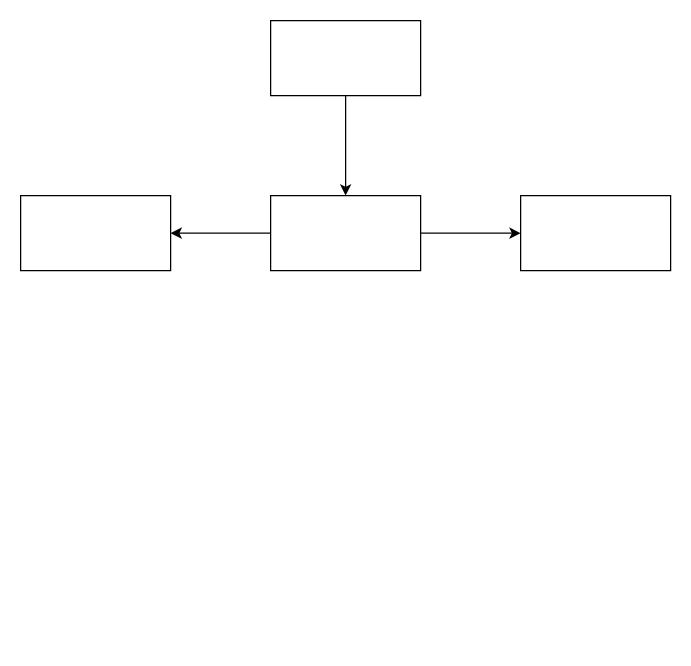
yjwidr/diagarm keeps this draw.io diagram as 云协作上传.drawio. Above is the earlier version. Source tidied: cells renumbered, new cells numbered last; positions are measured from the earlier drawing's top-left corner, leaving out a move shared by most shapes. Both pictures are drawn from the tidied source at 125%, with x=0, y=0 at pixel (20, 20).
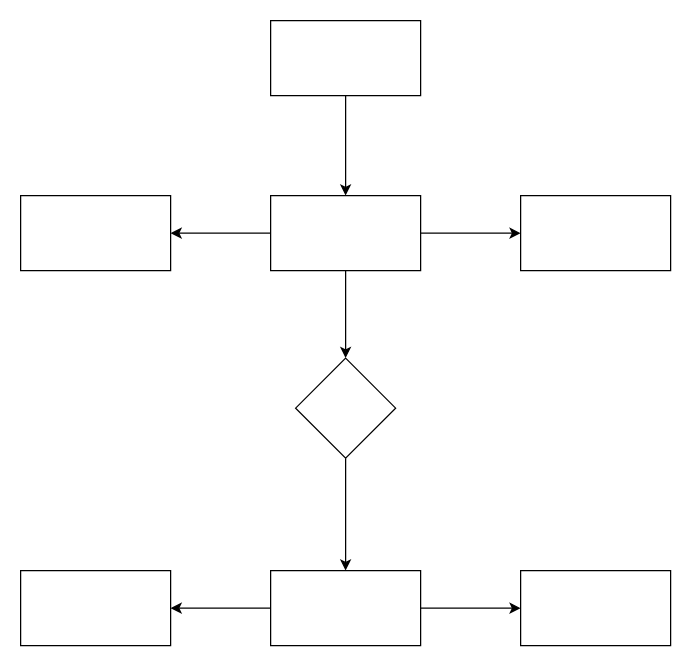
After the change.

Commit message (it also covers changes not shown here):
更新云协作上传.drawio

The edit, as a diff of the source:
```diff
@@
 <mxGraphModel>
   <root>
     <mxCell id="0" />
     <mxCell id="1" parent="0" />
     <mxCell id="2" style="edgeStyle=orthogonalEdgeStyle;rounded=0;jettySize=auto;html=1;" parent="1" edge="1" source="3" target="6">
       <mxGeometry relative="1" as="geometry" />
     </mxCell>
     <mxCell id="3" style="rounded=0;whiteSpace=wrap;html=1;" parent="1" vertex="1">
       <mxGeometry x="200" width="120" height="60" as="geometry" />
     </mxCell>
     <mxCell id="4" style="edgeStyle=orthogonalEdgeStyle;rounded=0;jettySize=auto;html=1;" parent="1" edge="1" source="6" target="7">
       <mxGeometry relative="1" as="geometry" />
     </mxCell>
     <mxCell id="5" style="edgeStyle=orthogonalEdgeStyle;rounded=0;jettySize=auto;html=1;" parent="1" edge="1" source="6" target="8">
       <mxGeometry relative="1" as="geometry" />
     </mxCell>
+    <mxCell id="9" style="edgeStyle=orthogonalEdgeStyle;rounded=0;jettySize=auto;html=1;" parent="1" edge="1" source="6" target="11">
+      <mxGeometry relative="1" as="geometry" />
+    </mxCell>
     <mxCell id="6" style="rounded=0;whiteSpace=wrap;html=1;" parent="1" vertex="1">
       <mxGeometry x="200" y="140" width="120" height="60" as="geometry" />
     </mxCell>
     <mxCell id="7" style="rounded=0;whiteSpace=wrap;html=1;" parent="1" vertex="1">
       <mxGeometry x="400" y="140" width="120" height="60" as="geometry" />
     </mxCell>
     <mxCell id="8" style="rounded=0;whiteSpace=wrap;html=1;" parent="1" vertex="1">
       <mxGeometry y="140" width="120" height="60" as="geometry" />
     </mxCell>
+    <mxCell id="10" style="edgeStyle=orthogonalEdgeStyle;rounded=0;jettySize=auto;html=1;" parent="1" edge="1" source="11" target="14">
+      <mxGeometry relative="1" as="geometry" />
+    </mxCell>
+    <mxCell id="11" style="rhombus;whiteSpace=wrap;html=1;rounded=0;" parent="1" vertex="1">
+      <mxGeometry x="220" y="270" width="80" height="80" as="geometry" />
+    </mxCell>
+    <mxCell id="12" style="edgeStyle=orthogonalEdgeStyle;rounded=0;jettySize=auto;html=1;" parent="1" edge="1" source="14" target="15">
+      <mxGeometry relative="1" as="geometry" />
+    </mxCell>
+    <mxCell id="13" style="edgeStyle=orthogonalEdgeStyle;rounded=0;jettySize=auto;html=1;" parent="1" edge="1" source="14" target="16">
+      <mxGeometry relative="1" as="geometry" />
+    </mxCell>
+    <mxCell id="14" style="whiteSpace=wrap;html=1;rounded=0;" parent="1" vertex="1">
+      <mxGeometry x="200" y="440" width="120" height="60" as="geometry" />
+    </mxCell>
+    <mxCell id="15" style="whiteSpace=wrap;html=1;rounded=0;" parent="1" vertex="1">
+      <mxGeometry y="440" width="120" height="60" as="geometry" />
+    </mxCell>
+    <mxCell id="16" style="whiteSpace=wrap;html=1;rounded=0;" parent="1" vertex="1">
+      <mxGeometry x="400" y="440" width="120" height="60" as="geometry" />
+    </mxCell>
   </root>
 </mxGraphModel>
```
